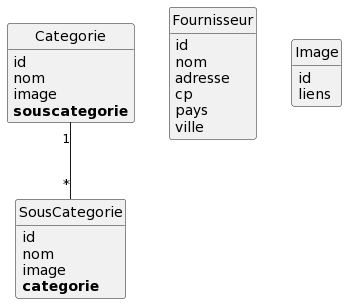
The PlantUML diagram ShopMaquette/puml/index.png in Gispsy/ShopMaquette, before a commit. Its diagram source:
```plantuml
@startuml
class Categorie {
	id
	nom
	image
	**souscategorie**
}

class Fournisseur {
	id
	nom
	adresse
	cp
	pays
	ville
}

class Image {
	id
	liens
}

class SousCategorie {
	id
	nom
	image
	**categorie**
}

Categorie "1"--"*" SousCategorie


hide methods
hide circle
@enduml
```
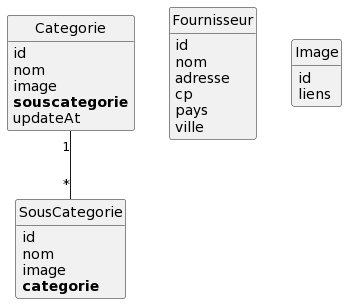
After the change.

Change to the diagram source:
```diff
@@ -4,6 +4,7 @@
 	nom
 	image
 	**souscategorie**
+	updateAt
 }
 
 class Fournisseur {
```
